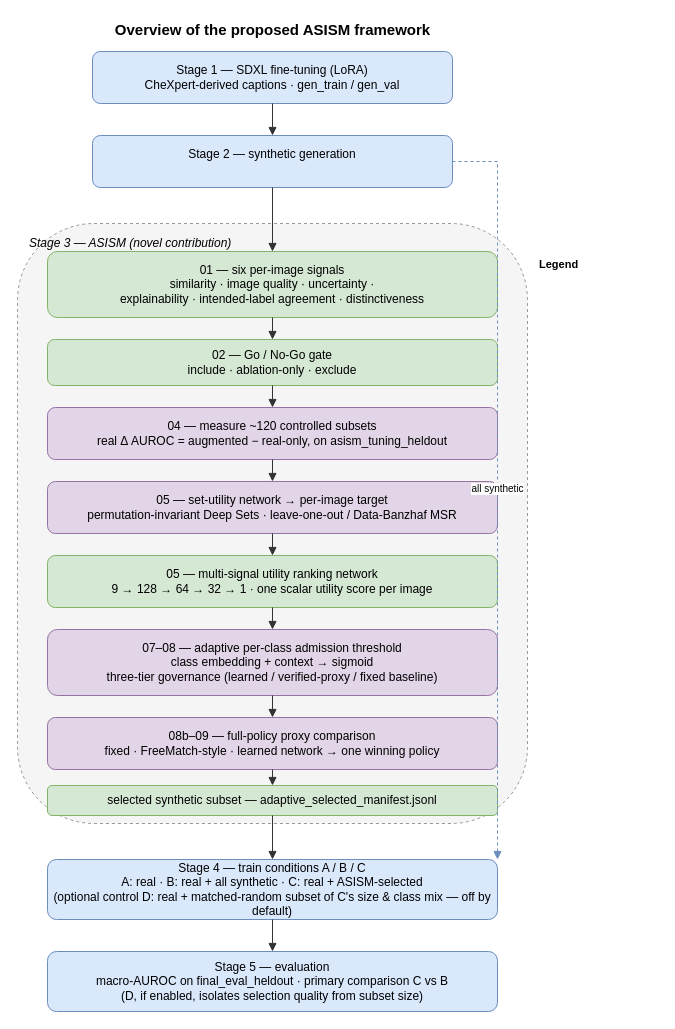
walaasoudy/adaptive-synthetic-image-selection keeps this draw.io diagram as docs/asism_framework.drawio. Above is the earlier version. Source tidied: cells renumbered, new cells numbered last; positions are measured from the earlier drawing's top-left corner, leaving out a move shared by most shapes. Both pictures are drawn from the tidied source at 100%, with x=0, y=0 at pixel (17, 17).
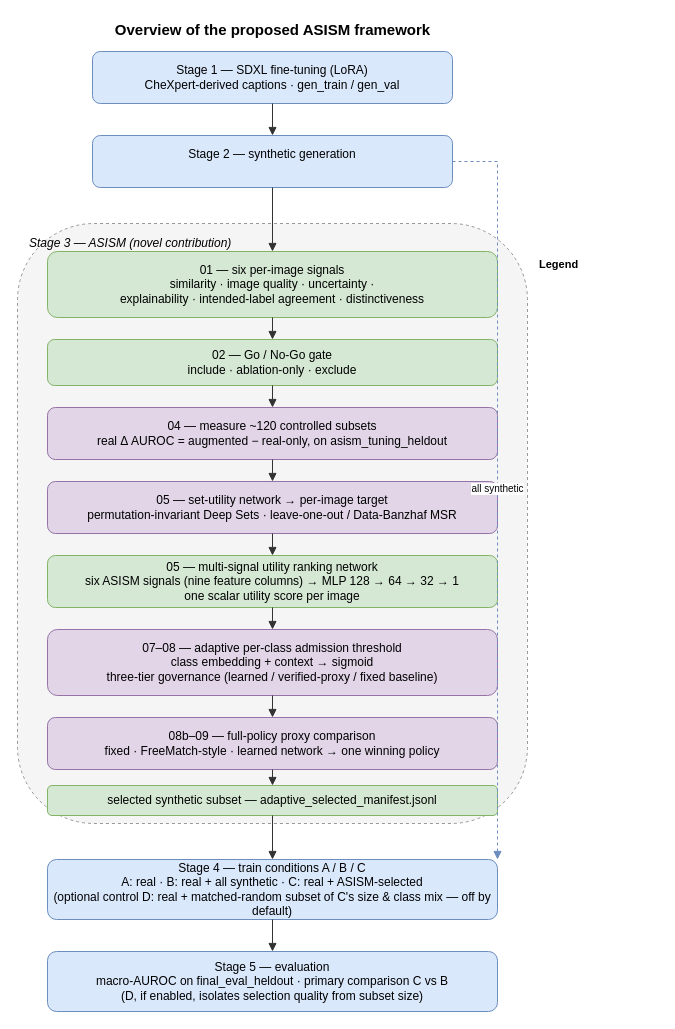
Above is the later version.

Commit message (it also covers changes not shown here):
Clarify ranking-net input: 6 signals produce 9 feature columns (not 6 inputs) [AI 100%]

Diff of the diagram source:
```diff
@@
-    <mxCell id="10" value="05 — multi-signal utility ranking network&#10;9 → 128 → 64 → 32 → 1 · one scalar utility score per image" style="rounded=1;whiteSpace=wrap;html=1;fillColor=#d5e8d4;strokeColor=#82b366;fontSize=12;" parent="1" vertex="1">
+    <mxCell id="10" value="05 — multi-signal utility ranking network&#10;six ASISM signals (nine feature columns) → MLP 128 → 64 → 32 → 1&#10;one scalar utility score per image" style="rounded=1;whiteSpace=wrap;html=1;fillColor=#d5e8d4;strokeColor=#82b366;fontSize=12;" parent="1" vertex="1">
       <mxGeometry x="30" y="538" width="450" height="52" as="geometry" />
     </mxCell>
```
